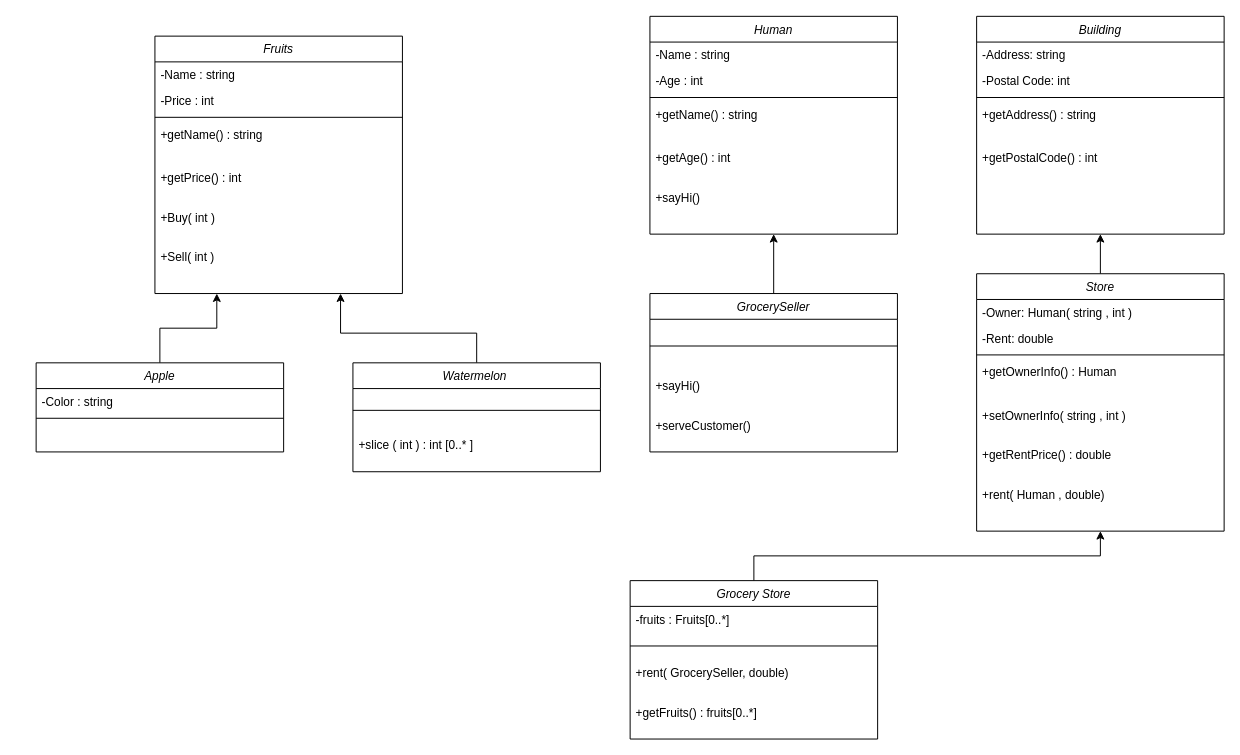
Above: Untitled Diagram.drawio in ParhamBeik/QUERA_PROJECTS (draw.io), before the change. Source tidied: cells renumbered, new cells numbered last; positions are measured from the earlier drawing's top-left corner, leaving out a move shared by most shapes. Both pictures are drawn from the tidied source at 99%, with x=0, y=0 at pixel (36, 16).
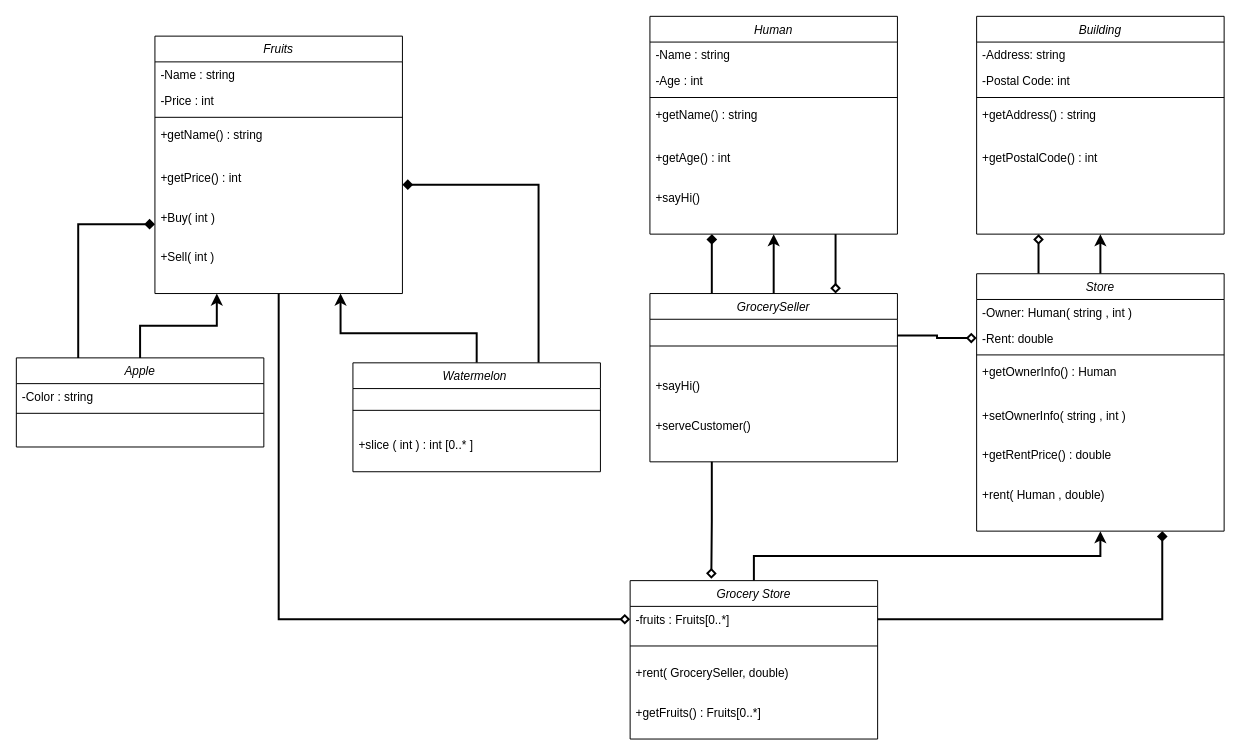
The same page after the edit.

Unchanged cells that the change refers to:
```xml
<mxCell id="2" value="Fruits" style="swimlane;fontStyle=2;align=center;verticalAlign=top;horizontal=1;startSize=26;rounded=0;shadow=0;strokeWidth=1;" parent="1" vertex="1">
  <mxGeometry x="120" y="20" width="250" height="260" as="geometry" />
</mxCell>
<mxCell id="7" value="+getPrice() : int " style="text;align=left;verticalAlign=top;spacingLeft=4;spacingRight=4;overflow=hidden;points=[[0,0.5],[1,0.5]];portConstraint=eastwest;shadow=0;" parent="2" vertex="1">
  <mxGeometry y="130" width="250" height="40" as="geometry" />
</mxCell>
<mxCell id="8" value="+Buy( int )" style="text;align=left;verticalAlign=top;spacingLeft=4;spacingRight=4;overflow=hidden;points=[[0,0.5],[1,0.5]];portConstraint=eastwest;shadow=0;" parent="2" vertex="1">
  <mxGeometry y="170" width="250" height="40" as="geometry" />
</mxCell>
<mxCell id="15" value="Watermelon " style="swimlane;fontStyle=2;align=center;verticalAlign=top;horizontal=1;startSize=26;rounded=0;shadow=0;strokeWidth=1;" parent="1" vertex="1">
  <mxGeometry x="320" y="350" width="250" height="110" as="geometry" />
</mxCell>
<mxCell id="18" value="Human" style="swimlane;fontStyle=2;align=center;verticalAlign=top;horizontal=1;startSize=26;rounded=0;shadow=0;strokeWidth=1;" parent="1" vertex="1">
  <mxGeometry x="620" width="250" height="220" as="geometry" />
</mxCell>
<mxCell id="30" value="Building" style="swimlane;fontStyle=2;align=center;verticalAlign=top;horizontal=1;startSize=26;rounded=0;shadow=0;strokeWidth=1;" parent="1" vertex="1">
  <mxGeometry x="950" width="250" height="220" as="geometry" />
</mxCell>
<mxCell id="37" value="Store" style="swimlane;fontStyle=2;align=center;verticalAlign=top;horizontal=1;startSize=26;rounded=0;shadow=0;strokeWidth=1;" parent="1" vertex="1">
  <mxGeometry x="950" y="260" width="250" height="260" as="geometry" />
</mxCell>
<mxCell id="39" value="-Rent: double" style="text;align=left;verticalAlign=top;spacingLeft=4;spacingRight=4;overflow=hidden;points=[[0,0.5],[1,0.5]];portConstraint=eastwest;rounded=0;shadow=0;html=0;" parent="37" vertex="1">
  <mxGeometry y="52" width="250" height="26" as="geometry" />
</mxCell>
<mxCell id="46" value="Grocery Store" style="swimlane;fontStyle=2;align=center;verticalAlign=top;horizontal=1;startSize=26;rounded=0;shadow=0;strokeWidth=1;" parent="1" vertex="1">
  <mxGeometry x="600" y="570" width="250" height="160" as="geometry" />
</mxCell>
<mxCell id="47" value="-fruits : Fruits[0..*]" style="text;align=left;verticalAlign=top;spacingLeft=4;spacingRight=4;overflow=hidden;points=[[0,0.5],[1,0.5]];portConstraint=eastwest;" parent="46" vertex="1">
  <mxGeometry y="26" width="250" height="26" as="geometry" />
</mxCell>
```

What changed in the source:
```diff
@@
+    <mxCell id="51" style="edgeStyle=orthogonalEdgeStyle;rounded=0;jettySize=auto;html=1;exitX=0.5;exitY=1;exitDx=0;exitDy=0;entryX=0;entryY=0.5;entryDx=0;entryDy=0;endArrow=diamond;endFill=0;strokeWidth=2;" parent="1" edge="1" source="2" target="47">
+      <mxGeometry relative="1" as="geometry" />
+    </mxCell>
@@
-    <mxCell id="10" style="edgeStyle=orthogonalEdgeStyle;rounded=0;jettySize=auto;html=1;exitX=0.5;exitY=0;exitDx=0;exitDy=0;entryX=0.25;entryY=1;entryDx=0;entryDy=0;" parent="1" edge="1" source="11" target="2">
+    <mxCell id="10" style="edgeStyle=orthogonalEdgeStyle;rounded=0;jettySize=auto;html=1;exitX=0.5;exitY=0;exitDx=0;exitDy=0;entryX=0.25;entryY=1;entryDx=0;entryDy=0;strokeWidth=2;" parent="1" edge="1" source="11" target="2">
       <mxGeometry relative="1" as="geometry" />
     </mxCell>
+    <mxCell id="52" style="edgeStyle=orthogonalEdgeStyle;rounded=0;jettySize=auto;html=1;exitX=0.25;exitY=0;exitDx=0;exitDy=0;entryX=0;entryY=0.5;entryDx=0;entryDy=0;endArrow=diamond;endFill=1;strokeWidth=2;" parent="1" edge="1" source="11" target="8">
+      <mxGeometry relative="1" as="geometry" />
+    </mxCell>
     <mxCell id="11" value="Apple" style="swimlane;fontStyle=2;align=center;verticalAlign=top;horizontal=1;startSize=26;rounded=0;shadow=0;strokeWidth=1;" parent="1" vertex="1">
-      <mxGeometry y="350" width="250" height="90" as="geometry" />
+      <mxGeometry x="-20" y="345" width="250" height="90" as="geometry" />
     </mxCell>
@@
-    <mxCell id="14" style="edgeStyle=orthogonalEdgeStyle;rounded=0;jettySize=auto;html=1;exitX=0.5;exitY=0;exitDx=0;exitDy=0;entryX=0.75;entryY=1;entryDx=0;entryDy=0;" parent="1" edge="1" source="15" target="2">
+    <mxCell id="14" style="edgeStyle=orthogonalEdgeStyle;rounded=0;jettySize=auto;html=1;exitX=0.5;exitY=0;exitDx=0;exitDy=0;entryX=0.75;entryY=1;entryDx=0;entryDy=0;strokeWidth=2;" parent="1" edge="1" source="15" target="2">
       <mxGeometry relative="1" as="geometry">
         <Array as="points">
           <mxPoint x="445" y="320" />
           <mxPoint x="308" y="320" />
         </Array>
       </mxGeometry>
     </mxCell>
+    <mxCell id="53" style="edgeStyle=orthogonalEdgeStyle;rounded=0;jettySize=auto;html=1;exitX=0.75;exitY=0;exitDx=0;exitDy=0;entryX=1;entryY=0.5;entryDx=0;entryDy=0;endArrow=diamond;endFill=1;strokeWidth=2;" parent="1" edge="1" source="15" target="7">
+      <mxGeometry relative="1" as="geometry" />
+    </mxCell>
@@
+    <mxCell id="54" style="edgeStyle=orthogonalEdgeStyle;rounded=0;jettySize=auto;html=1;exitX=0.75;exitY=1;exitDx=0;exitDy=0;entryX=0.75;entryY=0;entryDx=0;entryDy=0;endArrow=diamond;endFill=0;strokeWidth=2;" parent="1" edge="1" source="18" target="26">
+      <mxGeometry relative="1" as="geometry" />
+    </mxCell>
@@
-    <mxCell id="25" style="edgeStyle=orthogonalEdgeStyle;rounded=0;jettySize=auto;html=1;exitX=0.5;exitY=0;exitDx=0;exitDy=0;entryX=0.5;entryY=1;entryDx=0;entryDy=0;" parent="1" edge="1" source="26" target="18">
+    <mxCell id="25" style="edgeStyle=orthogonalEdgeStyle;rounded=0;jettySize=auto;html=1;exitX=0.5;exitY=0;exitDx=0;exitDy=0;entryX=0.5;entryY=1;entryDx=0;entryDy=0;strokeWidth=2;" parent="1" edge="1" source="26" target="18">
       <mxGeometry relative="1" as="geometry" />
     </mxCell>
+    <mxCell id="55" style="edgeStyle=orthogonalEdgeStyle;rounded=0;jettySize=auto;html=1;exitX=0.25;exitY=0;exitDx=0;exitDy=0;entryX=0.25;entryY=1;entryDx=0;entryDy=0;endArrow=diamond;endFill=1;strokeWidth=2;" parent="1" edge="1" source="26" target="18">
+      <mxGeometry relative="1" as="geometry" />
+    </mxCell>
+    <mxCell id="56" style="edgeStyle=orthogonalEdgeStyle;rounded=0;jettySize=auto;html=1;exitX=1;exitY=0.25;exitDx=0;exitDy=0;entryX=0;entryY=0.5;entryDx=0;entryDy=0;endArrow=diamond;endFill=0;strokeWidth=2;" parent="1" edge="1" source="26" target="39">
+      <mxGeometry relative="1" as="geometry" />
+    </mxCell>
     <mxCell id="26" value="GrocerySeller" style="swimlane;fontStyle=2;align=center;verticalAlign=top;horizontal=1;startSize=26;rounded=0;shadow=0;strokeWidth=1;" parent="1" vertex="1">
-      <mxGeometry x="620" y="280" width="250" height="160" as="geometry" />
+      <mxGeometry x="620" y="280" width="250" height="170" as="geometry" />
     </mxCell>
@@
-    <mxCell id="36" style="edgeStyle=orthogonalEdgeStyle;rounded=0;jettySize=auto;html=1;exitX=0.5;exitY=0;exitDx=0;exitDy=0;entryX=0.5;entryY=1;entryDx=0;entryDy=0;" parent="1" edge="1" source="37" target="30">
+    <mxCell id="36" style="edgeStyle=orthogonalEdgeStyle;rounded=0;jettySize=auto;html=1;exitX=0.5;exitY=0;exitDx=0;exitDy=0;entryX=0.5;entryY=1;entryDx=0;entryDy=0;strokeWidth=2;" parent="1" edge="1" source="37" target="30">
       <mxGeometry relative="1" as="geometry" />
     </mxCell>
+    <mxCell id="57" style="edgeStyle=orthogonalEdgeStyle;rounded=0;jettySize=auto;html=1;exitX=0.25;exitY=0;exitDx=0;exitDy=0;entryX=0.25;entryY=1;entryDx=0;entryDy=0;endArrow=diamond;endFill=0;strokeWidth=2;" parent="1" edge="1" source="37" target="30">
+      <mxGeometry relative="1" as="geometry" />
+    </mxCell>
@@
-    <mxCell id="45" style="edgeStyle=orthogonalEdgeStyle;rounded=0;jettySize=auto;html=1;exitX=0.5;exitY=0;exitDx=0;exitDy=0;entryX=0.5;entryY=1;entryDx=0;entryDy=0;" parent="1" edge="1" source="46" target="37">
+    <mxCell id="45" style="edgeStyle=orthogonalEdgeStyle;rounded=0;jettySize=auto;html=1;exitX=0.5;exitY=0;exitDx=0;exitDy=0;entryX=0.5;entryY=1;entryDx=0;entryDy=0;strokeWidth=2;" parent="1" edge="1" source="46" target="37">
       <mxGeometry relative="1" as="geometry" />
     </mxCell>
@@
-    <mxCell id="50" value="+getFruits() : fruits[0..*]" style="text;align=left;verticalAlign=top;spacingLeft=4;spacingRight=4;overflow=hidden;shadow=0;" parent="46" vertex="1">
+    <mxCell id="50" value="+getFruits() : Fruits[0..*]" style="text;align=left;verticalAlign=top;spacingLeft=4;spacingRight=4;overflow=hidden;shadow=0;" parent="46" vertex="1">
       <mxGeometry y="120" width="250" height="40" as="geometry" />
     </mxCell>
+    <mxCell id="58" style="edgeStyle=orthogonalEdgeStyle;rounded=0;jettySize=auto;html=1;exitX=1;exitY=0.5;exitDx=0;exitDy=0;entryX=0.75;entryY=1;entryDx=0;entryDy=0;endArrow=diamond;endFill=1;strokeWidth=2;" parent="1" edge="1" source="47" target="37">
+      <mxGeometry relative="1" as="geometry" />
+    </mxCell>
+    <mxCell id="59" style="edgeStyle=orthogonalEdgeStyle;rounded=0;jettySize=auto;html=1;exitX=0.25;exitY=1;exitDx=0;exitDy=0;entryX=0.328;entryY=-0.012;entryDx=0;entryDy=0;entryPerimeter=0;endArrow=diamond;endFill=0;strokeWidth=2;" parent="1" edge="1" source="26" target="46">
+      <mxGeometry relative="1" as="geometry" />
+    </mxCell>
```
